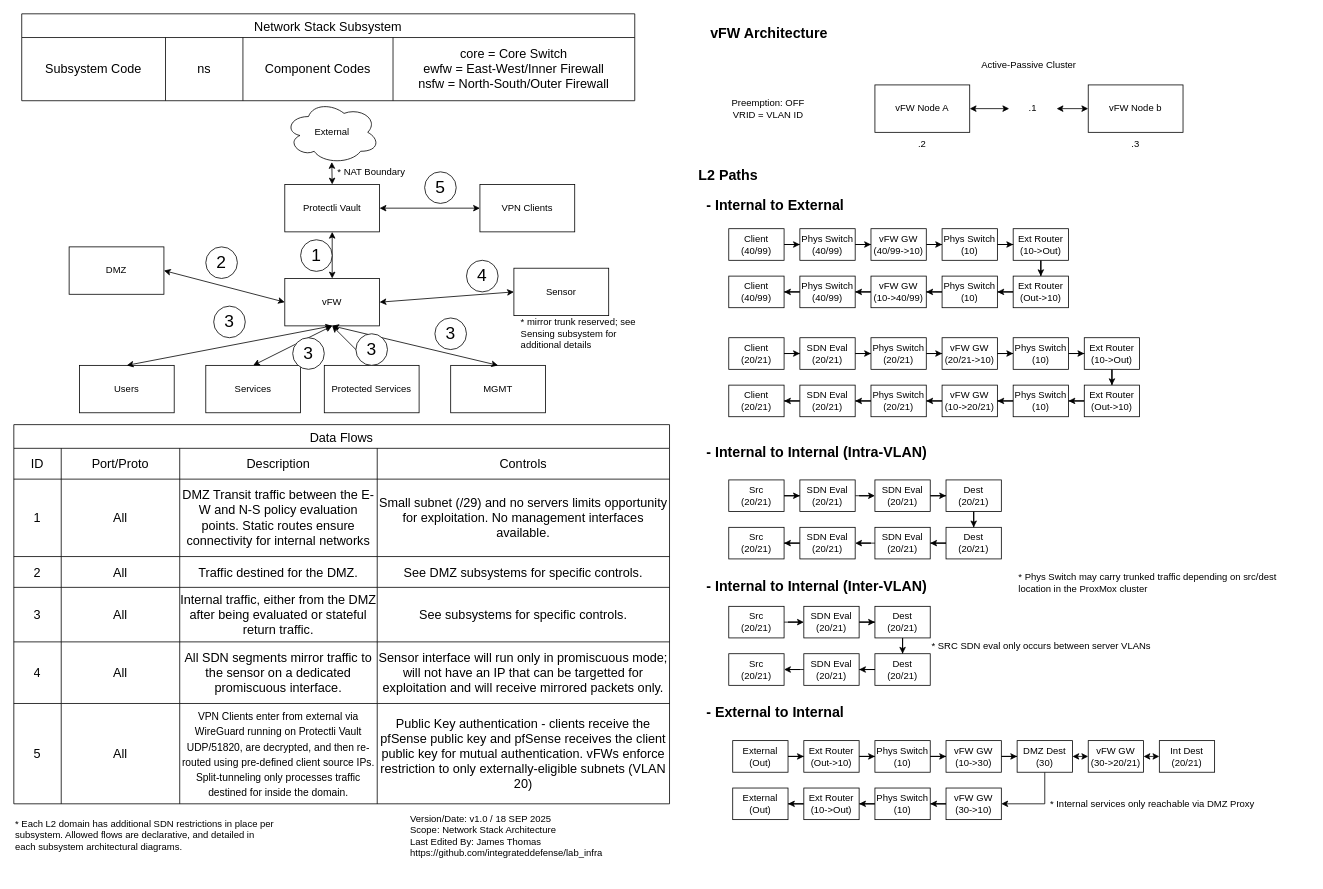
integrateddefense/lab_infra keeps this draw.io diagram as diagrams/Subsystems/Network Stack.drawio. Above is the earlier version. Source tidied: cells renumbered, new cells numbered last; positions are measured from the earlier drawing's top-left corner, leaving out a move shared by most shapes. Both pictures are drawn from the tidied source at 79%, with x=0, y=0 at pixel (13, 13).
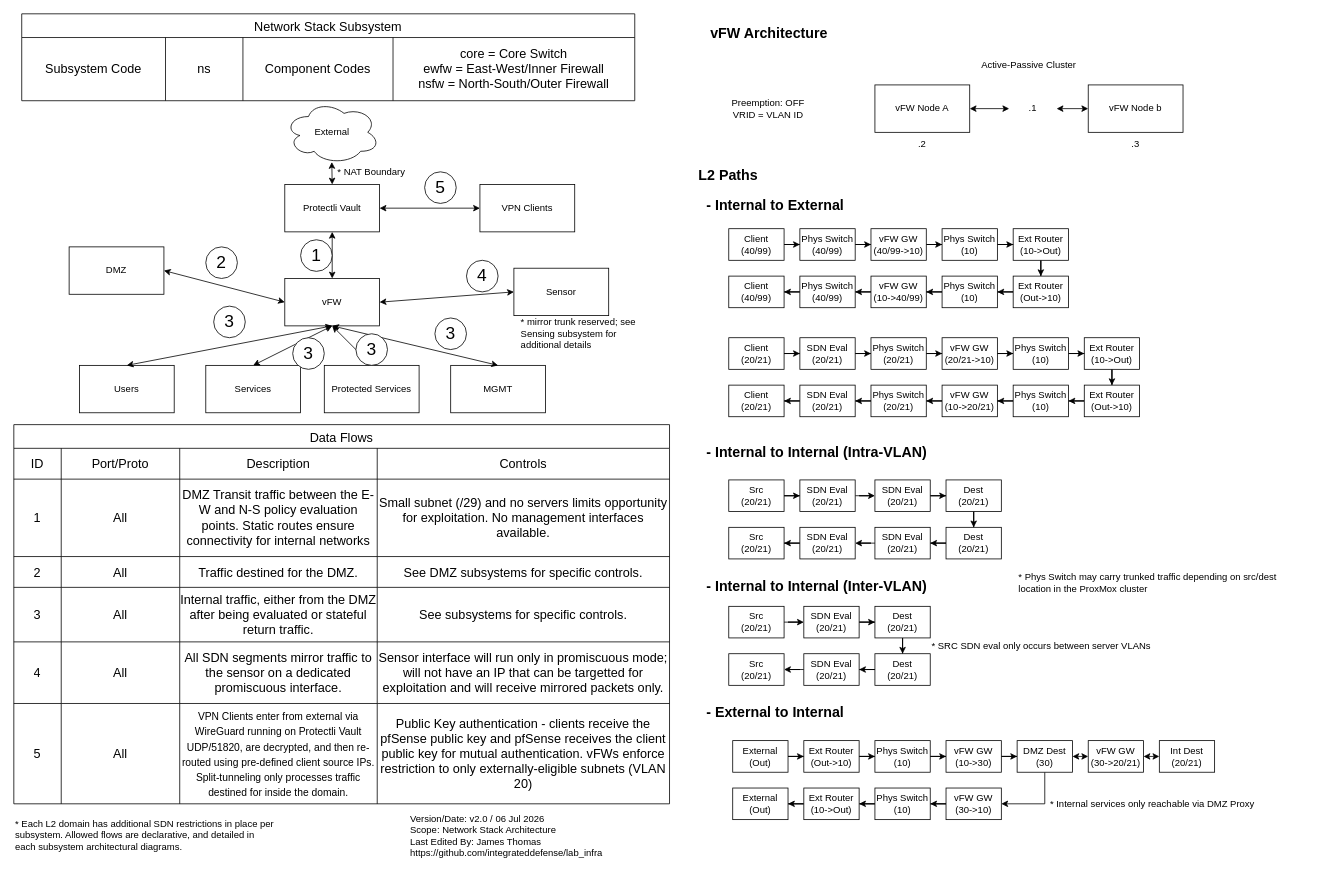
Above is the later version.

What changed in the source:
```diff
@@
-    <mxCell id="58" value="Version/Date: v1.0 / 18 SEP 2025&lt;div&gt;Scope: Network Stack Architecture&lt;/div&gt;&lt;div&gt;Last Edited By: James Thomas&lt;br&gt;https://github.com/integrateddefense/lab_infra&lt;/div&gt;" style="text;html=1;align=left;verticalAlign=middle;whiteSpace=wrap;rounded=0;spacingBottom=0;" parent="1" vertex="1">
+    <mxCell id="58" value="Version/Date: v2.0 / 06 Jul 2026&lt;div&gt;Scope: Network Stack Architecture&lt;/div&gt;&lt;div&gt;Last Edited By: James Thomas&lt;br&gt;https://github.com/integrateddefense/lab_infra&lt;/div&gt;" style="text;html=1;align=left;verticalAlign=middle;whiteSpace=wrap;rounded=0;spacingBottom=0;" parent="1" vertex="1">
       <mxGeometry x="500" y="990" width="330" height="100" as="geometry" />
     </mxCell>
```
